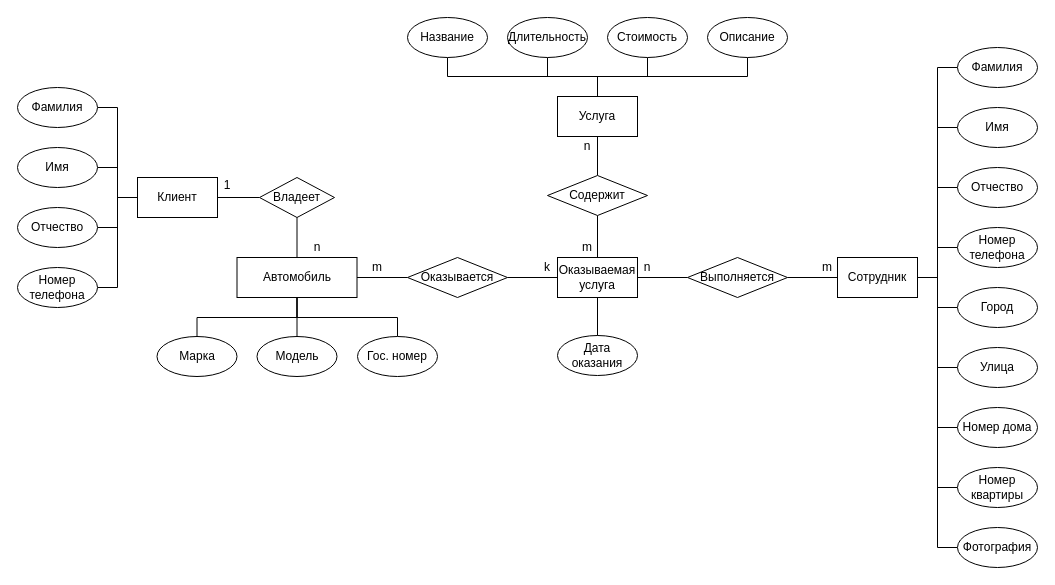
The draw.io diagram Concept.drawio in Mejioy/SUBD, before the edit. Source tidied: cells renumbered, new cells numbered last; positions are measured from the earlier drawing's top-left corner, leaving out a move shared by most shapes. Both pictures are drawn from the tidied source at 100%, with x=0, y=0 at pixel (17, 17).
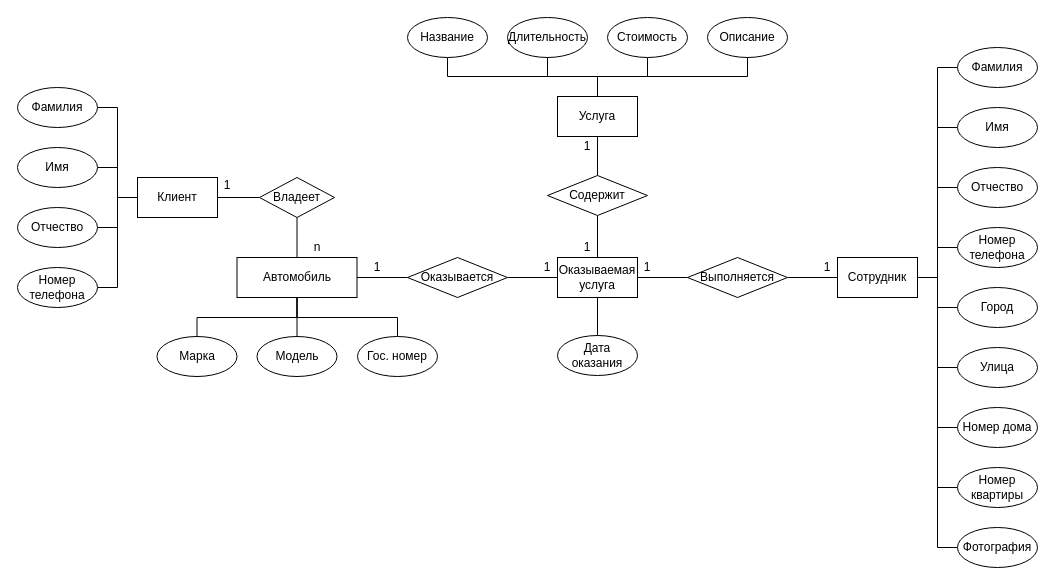
Above is the later version.

The edit, as a diff of the source:
```diff
@@
-    <mxCell id="62" value="m" style="text;html=1;strokeColor=none;fillColor=none;align=center;verticalAlign=middle;whiteSpace=wrap;rounded=0;" parent="1" vertex="1">
+    <mxCell id="62" value="1" style="text;html=1;strokeColor=none;fillColor=none;align=center;verticalAlign=middle;whiteSpace=wrap;rounded=0;" parent="1" vertex="1">
       <mxGeometry x="350" y="240" width="20" height="20" as="geometry" />
     </mxCell>
-    <mxCell id="63" value="k" style="text;html=1;strokeColor=none;fillColor=none;align=center;verticalAlign=middle;whiteSpace=wrap;rounded=0;" parent="1" vertex="1">
+    <mxCell id="63" value="1" style="text;html=1;strokeColor=none;fillColor=none;align=center;verticalAlign=middle;whiteSpace=wrap;rounded=0;" parent="1" vertex="1">
       <mxGeometry x="520" y="240" width="20" height="20" as="geometry" />
     </mxCell>
-    <mxCell id="64" value="n" style="text;html=1;strokeColor=none;fillColor=none;align=center;verticalAlign=middle;whiteSpace=wrap;rounded=0;" parent="1" vertex="1">
+    <mxCell id="64" value="1" style="text;html=1;strokeColor=none;fillColor=none;align=center;verticalAlign=middle;whiteSpace=wrap;rounded=0;" parent="1" vertex="1">
       <mxGeometry x="560" y="119" width="20" height="20" as="geometry" />
     </mxCell>
-    <mxCell id="65" value="m" style="text;html=1;strokeColor=none;fillColor=none;align=center;verticalAlign=middle;whiteSpace=wrap;rounded=0;" parent="1" vertex="1">
+    <mxCell id="65" value="1" style="text;html=1;strokeColor=none;fillColor=none;align=center;verticalAlign=middle;whiteSpace=wrap;rounded=0;" parent="1" vertex="1">
       <mxGeometry x="560" y="220" width="20" height="20" as="geometry" />
     </mxCell>
-    <mxCell id="66" value="n" style="text;html=1;strokeColor=none;fillColor=none;align=center;verticalAlign=middle;whiteSpace=wrap;rounded=0;" parent="1" vertex="1">
+    <mxCell id="66" value="1" style="text;html=1;strokeColor=none;fillColor=none;align=center;verticalAlign=middle;whiteSpace=wrap;rounded=0;" parent="1" vertex="1">
       <mxGeometry x="620" y="240" width="20" height="20" as="geometry" />
     </mxCell>
-    <mxCell id="67" value="m" style="text;html=1;strokeColor=none;fillColor=none;align=center;verticalAlign=middle;whiteSpace=wrap;rounded=0;" parent="1" vertex="1">
+    <mxCell id="67" value="1" style="text;html=1;strokeColor=none;fillColor=none;align=center;verticalAlign=middle;whiteSpace=wrap;rounded=0;" parent="1" vertex="1">
       <mxGeometry x="800" y="240" width="20" height="20" as="geometry" />
     </mxCell>
```
